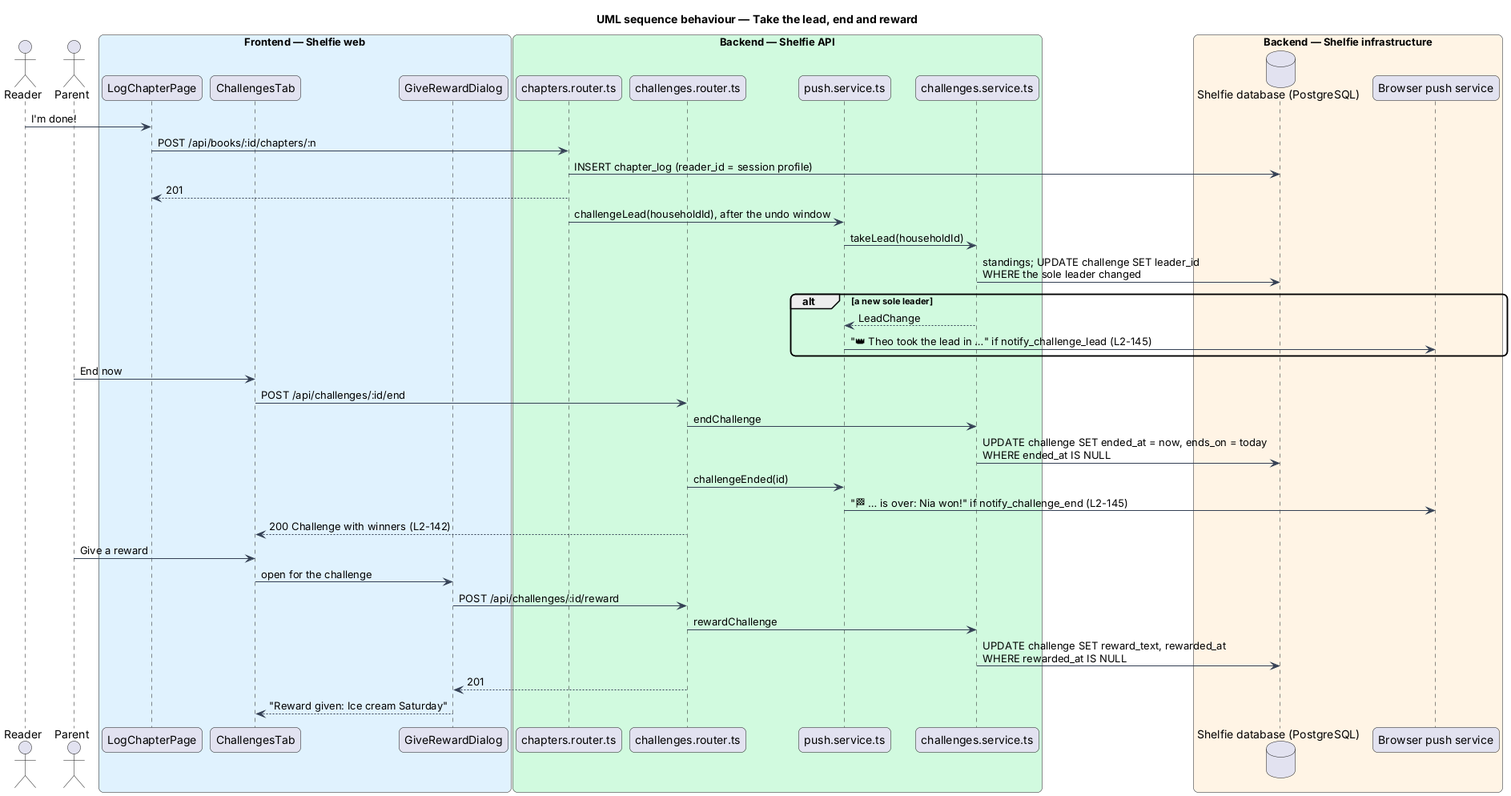
This is docs/detailed-designs/review/run-challenges/diagrams/sequence-lead-and-end.png from QuinntyneBrown/shelfie, a PlantUML export, as it was before one commit. The source it was exported from:
```plantuml
@startuml
title UML sequence behaviour — Take the lead, end and reward
skinparam backgroundColor #FFFFFF
skinparam shadowing false
skinparam roundcorner 12
skinparam defaultFontName Arial
skinparam ArrowColor #344054
actor "Reader" as reader
actor "Parent" as parent
box "Frontend — Shelfie web" #E0F2FE
  participant "LogChapterPage" as log
  participant "ChallengesTab" as tab
  participant "GiveRewardDialog" as dialog
end box
box "Backend — Shelfie API" #D1FADF
  participant "chapters.router.ts" as chapters
  participant "challenges.router.ts" as router
  participant "push.service.ts" as notifier
  participant "challenges.service.ts" as service
end box
box "Backend — Shelfie infrastructure" #FFF4E5
  database "Shelfie database (PostgreSQL)" as db
  participant "Browser push service" as push
end box

reader -> log : I'm done!
log -> chapters : POST /api/books/:id/chapters/:n
chapters -> db : INSERT chapter_log (reader_id = session profile)
chapters --> log : 201
chapters -> notifier : challengeLead(householdId), after the undo window
notifier -> service : takeLead(householdId)
service -> db : standings; UPDATE challenge SET leader_id\nWHERE the sole leader changed
alt a new sole leader
  service --> notifier : LeadChange
  notifier -> push : "👑 Theo took the lead in …" if notify_challenge_lead (L2-145)
end

parent -> tab : End now
tab -> router : POST /api/challenges/:id/end
router -> service : endChallenge
service -> db : UPDATE challenge SET ended_at = now, ends_on = today\nWHERE ended_at IS NULL
router -> notifier : challengeEnded(id)
notifier -> push : "🏁 … is over: Nia won!" if notify_challenge_end (L2-145)
router --> tab : 200 Challenge with winners (L2-142)
parent -> tab : Give a reward
tab -> dialog : open for the challenge
dialog -> router : POST /api/challenges/:id/reward
router -> service : rewardChallenge
service -> db : UPDATE challenge SET reward_text, rewarded_at\nWHERE rewarded_at IS NULL
router --> dialog : 201
dialog --> tab : "Reward given: Ice cream Saturday"
@enduml
```
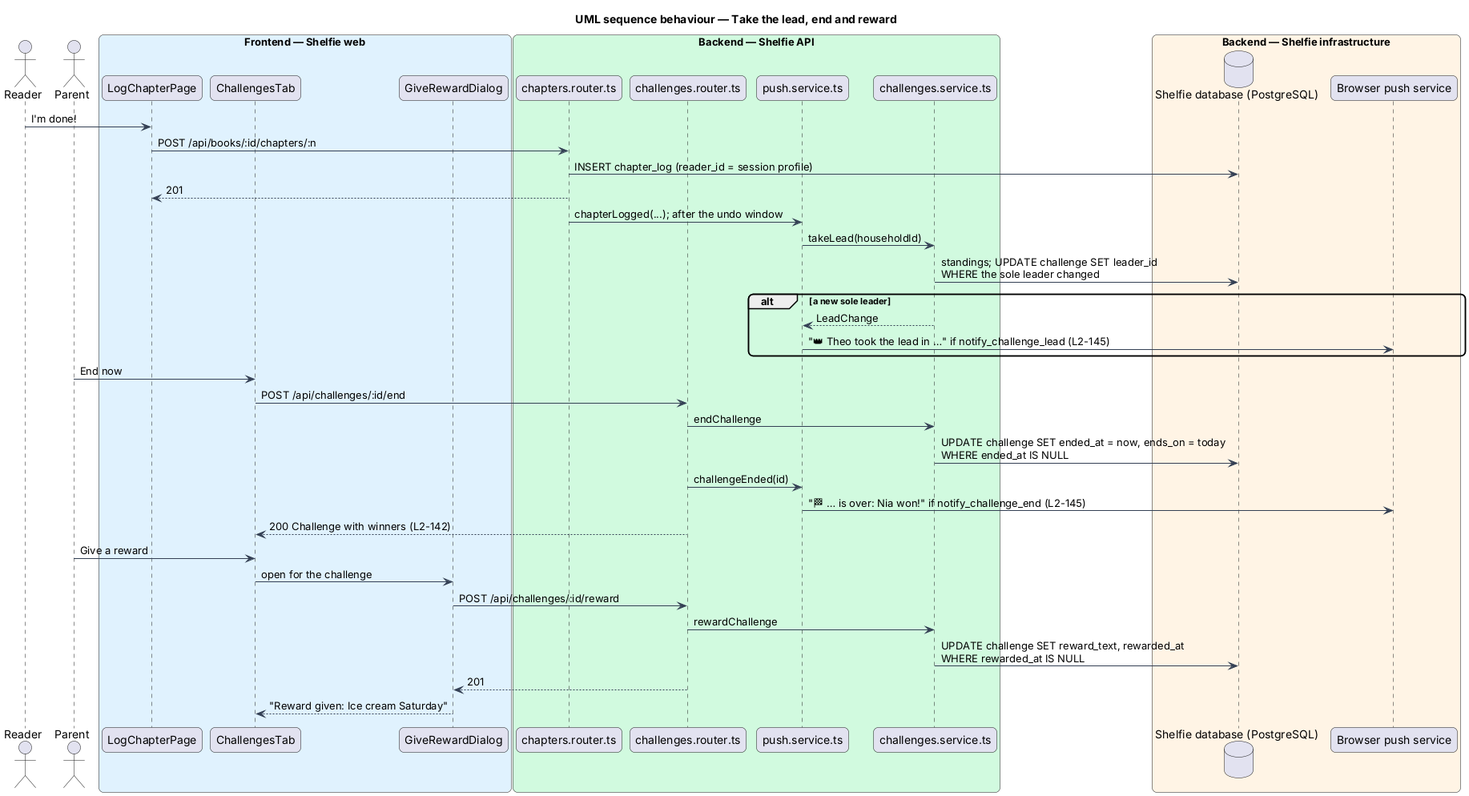
Above is the later version.

What changed in the source:
```diff
@@ -27,7 +27,7 @@
 log -> chapters : POST /api/books/:id/chapters/:n
 chapters -> db : INSERT chapter_log (reader_id = session profile)
 chapters --> log : 201
-chapters -> notifier : challengeLead(householdId), after the undo window
+chapters -> notifier : chapterLogged(...); after the undo window
 notifier -> service : takeLead(householdId)
 service -> db : standings; UPDATE challenge SET leader_id\nWHERE the sole leader changed
 alt a new sole leader
```
